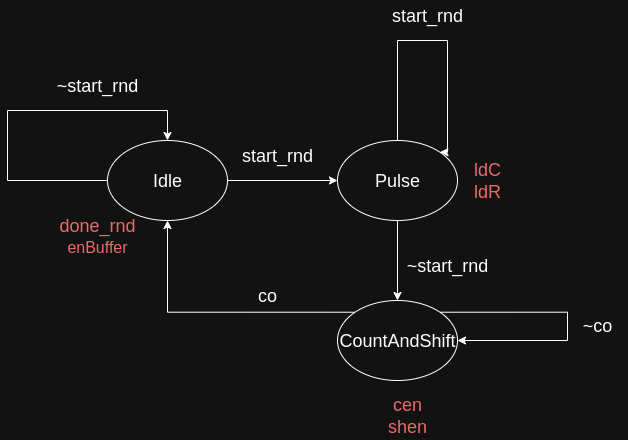
Before: CA1/Part1/Design/controller_part1.png, a diagram exported from draw.io (imSaDy/CAD). Source tidied: cells renumbered, new cells last; positions are measured from the earlier drawing's top-left corner, leaving out a move shared by most shapes.
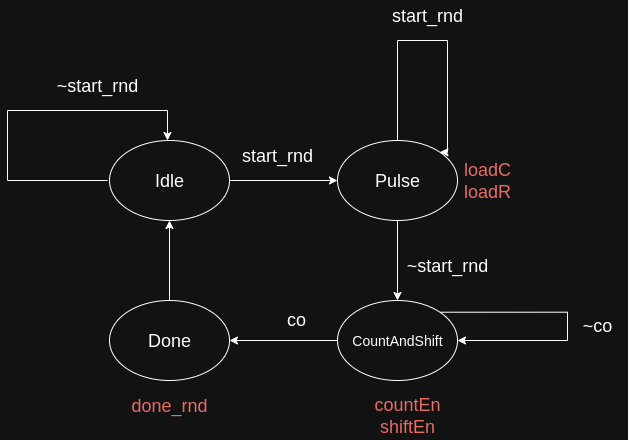
The same file after the commit.

Commit message:
Edit part1 controller png file (CA1)

Diff of the diagram source:
```diff
@@ -2,29 +2,30 @@
   <root>
     <mxCell id="0" />
     <mxCell id="1" parent="0" />
-    <mxCell id="2" style="edgeStyle=orthogonalEdgeStyle;rounded=0;jettySize=auto;html=1;entryX=0;entryY=0.5;entryDx=0;entryDy=0;" parent="1" edge="1" source="3" target="5">
-      <mxGeometry relative="1" as="geometry" />
+    <mxCell id="2" style="edgeStyle=orthogonalEdgeStyle;rounded=0;jettySize=auto;html=1;entryX=0;entryY=0.5;entryDx=0;entryDy=0;" parent="1" edge="1" target="5">
+      <mxGeometry relative="1" as="geometry">
+        <mxPoint x="220" y="180" as="sourcePoint" />
+      </mxGeometry>
     </mxCell>
-    <mxCell id="3" value="&lt;font style=&quot;font-size: 18px;&quot;&gt;Idle&lt;/font&gt;" style="ellipse;whiteSpace=wrap;html=1;" parent="1" vertex="1">
-      <mxGeometry x="100" y="140" width="120" height="80" as="geometry" />
-    </mxCell>
     <mxCell id="4" style="edgeStyle=orthogonalEdgeStyle;rounded=0;jettySize=auto;html=1;exitX=0.5;exitY=1;exitDx=0;exitDy=0;entryX=0.5;entryY=0;entryDx=0;entryDy=0;" parent="1" edge="1" source="5" target="7">
       <mxGeometry relative="1" as="geometry" />
     </mxCell>
     <mxCell id="5" value="&lt;font style=&quot;font-size: 18px;&quot;&gt;Pulse&lt;/font&gt;" style="ellipse;whiteSpace=wrap;html=1;" parent="1" vertex="1">
       <mxGeometry x="330" y="140" width="120" height="80" as="geometry" />
     </mxCell>
-    <mxCell id="6" style="edgeStyle=orthogonalEdgeStyle;rounded=0;jettySize=auto;html=1;exitX=0;exitY=0;exitDx=0;exitDy=0;entryX=0.5;entryY=1;entryDx=0;entryDy=0;" parent="1" edge="1" source="7" target="3">
-      <mxGeometry relative="1" as="geometry" />
-    </mxCell>
+    <mxCell id="20" style="edgeStyle=orthogonalEdgeStyle;rounded=0;jettySize=auto;html=1;entryX=1;entryY=0.5;entryDx=0;entryDy=0;" parent="1" edge="1" source="7" target="22">
+      <mxGeometry relative="1" as="geometry" />
+    </mxCell>
-    <mxCell id="7" value="&lt;font style=&quot;font-size: 18px;&quot;&gt;CountAndShift&lt;/font&gt;" style="ellipse;whiteSpace=wrap;html=1;" parent="1" vertex="1">
+    <mxCell id="7" value="&lt;font style=&quot;font-size: 14px;&quot;&gt;CountAndShift&lt;/font&gt;" style="ellipse;whiteSpace=wrap;html=1;" parent="1" vertex="1">
       <mxGeometry x="330" y="300" width="120" height="80" as="geometry" />
     </mxCell>
-    <mxCell id="8" value="&lt;font style=&quot;font-size: 18px; color: light-dark(rgb(0, 0, 0), rgb(234, 107, 102));&quot;&gt;done_rnd&lt;/font&gt;&lt;div&gt;&lt;font style=&quot;color: light-dark(rgb(0, 0, 0), rgb(234, 107, 102));&quot; size=&quot;3&quot;&gt;enBuffer&lt;/font&gt;&lt;/div&gt;" style="text;html=1;align=center;verticalAlign=middle;whiteSpace=wrap;rounded=0;" parent="1" vertex="1">
-      <mxGeometry x="40" y="210" width="100" height="50" as="geometry" />
+    <mxCell id="8" value="&lt;font style=&quot;font-size: 18px; color: light-dark(rgb(0, 0, 0), rgb(234, 107, 102));&quot;&gt;done_rnd&lt;/font&gt;&lt;div&gt;&lt;br&gt;&lt;/div&gt;" style="text;html=1;align=center;verticalAlign=middle;whiteSpace=wrap;rounded=0;" parent="1" vertex="1">
+      <mxGeometry x="112" y="387" width="100" height="50" as="geometry" />
     </mxCell>
-    <mxCell id="9" style="edgeStyle=orthogonalEdgeStyle;rounded=0;orthogonalLoop=1;jettySize=auto;html=1;exitX=0;exitY=0.5;exitDx=0;exitDy=0;entryX=0.5;entryY=0;entryDx=0;entryDy=0;" parent="1" edge="1" source="3" target="3">
+    <mxCell id="9" style="edgeStyle=orthogonalEdgeStyle;rounded=0;orthogonalLoop=1;jettySize=auto;html=1;exitX=0;exitY=0.5;exitDx=0;exitDy=0;entryX=0.5;entryY=0;entryDx=0;entryDy=0;" parent="1" edge="1">
       <mxGeometry relative="1" as="geometry">
+        <mxPoint x="100" y="180" as="sourcePoint" />
+        <mxPoint x="160" y="140" as="targetPoint" />
         <Array as="points">
           <mxPoint y="180" />
           <mxPoint y="110" />
@@ -38,10 +39,10 @@
     <mxCell id="11" value="&lt;font style=&quot;font-size: 18px;&quot;&gt;start_rnd&lt;/font&gt;" style="text;html=1;align=center;verticalAlign=middle;whiteSpace=wrap;rounded=0;" parent="1" vertex="1">
       <mxGeometry x="240" y="140" width="60" height="30" as="geometry" />
     </mxCell>
-    <mxCell id="12" value="&lt;font style=&quot;color: light-dark(rgb(0, 0, 0), rgb(234, 107, 102));&quot;&gt;&lt;span style=&quot;font-size: 18px;&quot;&gt;cen&lt;/span&gt;&lt;br&gt;&lt;/font&gt;&lt;div&gt;&lt;span style=&quot;font-size: 18px;&quot;&gt;&lt;font style=&quot;color: light-dark(rgb(0, 0, 0), rgb(234, 107, 102));&quot;&gt;shen&lt;/font&gt;&lt;/span&gt;&lt;/div&gt;" style="text;html=1;align=center;verticalAlign=middle;whiteSpace=wrap;rounded=0;" parent="1" vertex="1">
+    <mxCell id="12" value="&lt;font style=&quot;color: light-dark(rgb(0, 0, 0), rgb(234, 107, 102));&quot;&gt;&lt;span style=&quot;font-size: 18px;&quot;&gt;countEn&lt;/span&gt;&lt;br&gt;&lt;/font&gt;&lt;div&gt;&lt;span style=&quot;font-size: 18px;&quot;&gt;&lt;font style=&quot;color: light-dark(rgb(0, 0, 0), rgb(234, 107, 102));&quot;&gt;shiftEn&lt;/font&gt;&lt;/span&gt;&lt;/div&gt;" style="text;html=1;align=center;verticalAlign=middle;whiteSpace=wrap;rounded=0;" parent="1" vertex="1">
       <mxGeometry x="350" y="390" width="100" height="50" as="geometry" />
     </mxCell>
-    <mxCell id="13" value="&lt;span style=&quot;font-size: 18px;&quot;&gt;&lt;font style=&quot;color: light-dark(rgb(0, 0, 0), rgb(234, 107, 102));&quot;&gt;ldC&lt;/font&gt;&lt;/span&gt;&lt;div&gt;&lt;span style=&quot;font-size: 18px;&quot;&gt;&lt;font style=&quot;color: light-dark(rgb(0, 0, 0), rgb(234, 107, 102));&quot;&gt;ldR&lt;/font&gt;&lt;/span&gt;&lt;/div&gt;" style="text;html=1;align=center;verticalAlign=middle;whiteSpace=wrap;rounded=0;" parent="1" vertex="1">
+    <mxCell id="13" value="&lt;span style=&quot;font-size: 18px;&quot;&gt;&lt;font style=&quot;color: light-dark(rgb(0, 0, 0), rgb(234, 107, 102));&quot;&gt;loadC&lt;/font&gt;&lt;/span&gt;&lt;div&gt;&lt;span style=&quot;font-size: 18px;&quot;&gt;&lt;font style=&quot;color: light-dark(rgb(0, 0, 0), rgb(234, 107, 102));&quot;&gt;loadR&lt;/font&gt;&lt;/span&gt;&lt;/div&gt;" style="text;html=1;align=center;verticalAlign=middle;whiteSpace=wrap;rounded=0;" parent="1" vertex="1">
       <mxGeometry x="430" y="155" width="100" height="50" as="geometry" />
     </mxCell>
     <mxCell id="14" value="&lt;font style=&quot;font-size: 18px;&quot;&gt;start_rnd&lt;/font&gt;" style="text;html=1;align=center;verticalAlign=middle;whiteSpace=wrap;rounded=0;" parent="1" vertex="1">
@@ -60,7 +61,7 @@
       <mxGeometry x="410" y="250" width="60" height="30" as="geometry" />
     </mxCell>
     <mxCell id="17" value="&lt;font style=&quot;font-size: 18px;&quot;&gt;co&lt;/font&gt;" style="text;html=1;align=center;verticalAlign=middle;whiteSpace=wrap;rounded=0;" parent="1" vertex="1">
-      <mxGeometry x="230" y="280" width="60" height="30" as="geometry" />
+      <mxGeometry x="259" y="304" width="60" height="30" as="geometry" />
     </mxCell>
     <mxCell id="18" style="edgeStyle=orthogonalEdgeStyle;rounded=0;orthogonalLoop=1;jettySize=auto;html=1;exitX=1;exitY=0;exitDx=0;exitDy=0;entryX=1;entryY=0.5;entryDx=0;entryDy=0;" parent="1" edge="1" source="7" target="7">
       <mxGeometry relative="1" as="geometry">
@@ -73,5 +74,14 @@
     <mxCell id="19" value="&lt;font style=&quot;font-size: 18px;&quot;&gt;~co&lt;/font&gt;" style="text;html=1;align=center;verticalAlign=middle;whiteSpace=wrap;rounded=0;" parent="1" vertex="1">
       <mxGeometry x="560" y="310" width="60" height="30" as="geometry" />
     </mxCell>
+    <mxCell id="3" value="&lt;font style=&quot;font-size: 18px;&quot;&gt;Idle&lt;/font&gt;" style="ellipse;whiteSpace=wrap;html=1;" parent="1" vertex="1">
+      <mxGeometry x="102" y="140" width="120" height="80" as="geometry" />
+    </mxCell>
+    <mxCell id="21" style="edgeStyle=orthogonalEdgeStyle;rounded=0;jettySize=auto;html=1;entryX=0.5;entryY=1;entryDx=0;entryDy=0;" parent="1" edge="1" source="22" target="3">
+      <mxGeometry relative="1" as="geometry" />
+    </mxCell>
+    <mxCell id="22" value="&lt;span style=&quot;font-size: 18px;&quot;&gt;Done&lt;/span&gt;" style="ellipse;whiteSpace=wrap;html=1;" parent="1" vertex="1">
+      <mxGeometry x="102" y="300" width="120" height="80" as="geometry" />
+    </mxCell>
   </root>
 </mxGraphModel>
```
